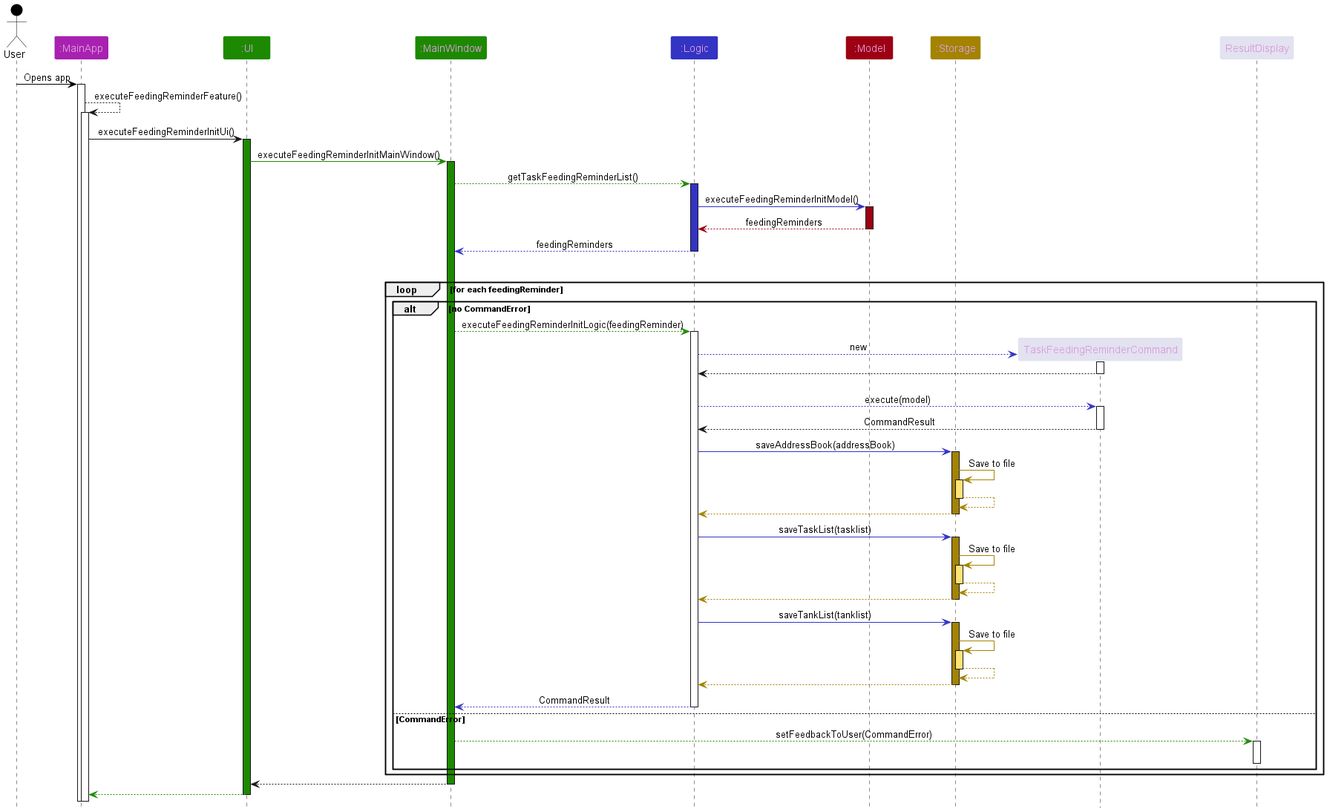
Above: docs/images/FeedingReminderSequenceDiagram.png in nus-cs2103-AY2223S2/tp (PlantUML), before the change. Its source is kept beside it as docs/diagrams/FeedingReminderSequenceDiagram.puml.
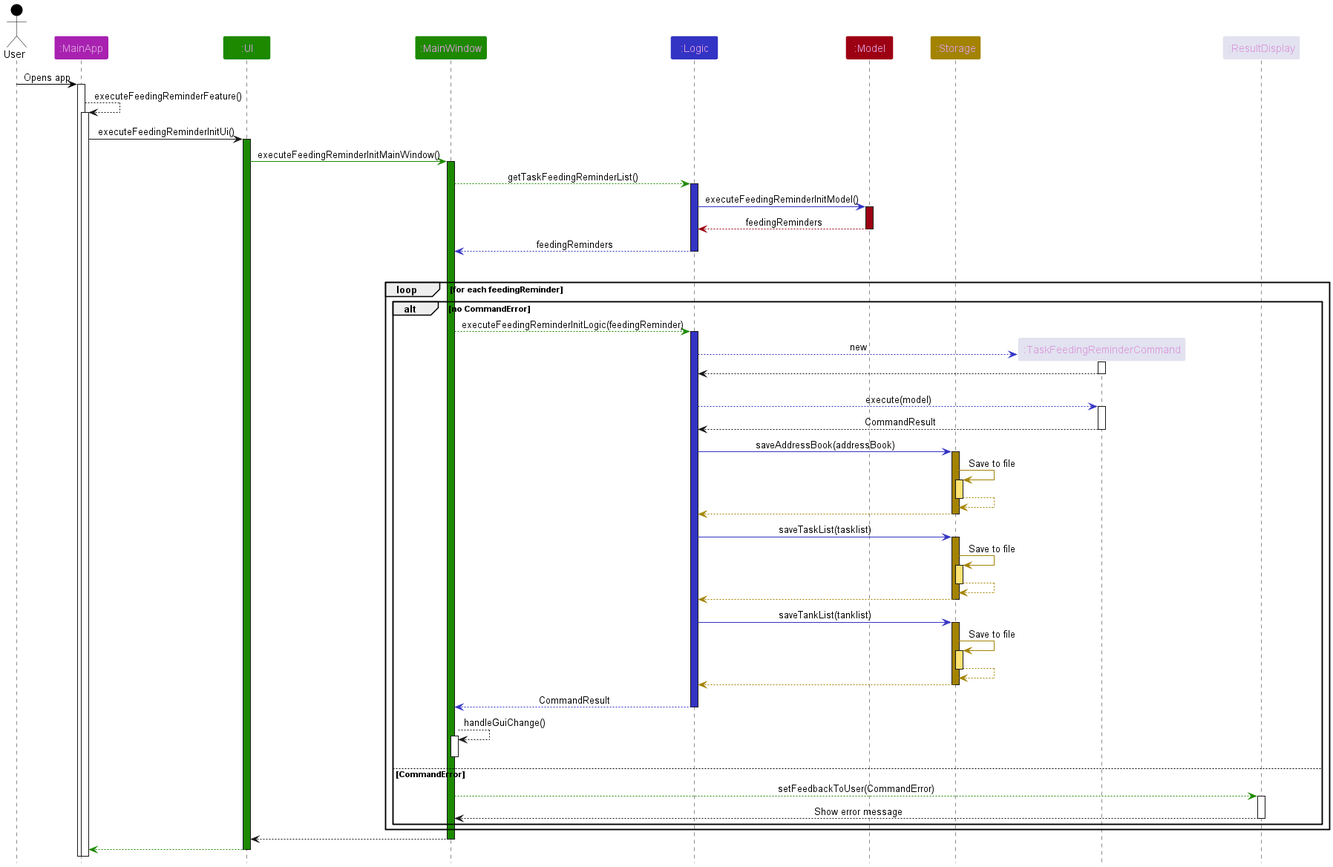
Later version of the same file.

Commit message:
Fix sequence diagram bug

What changed in the source:
```diff
@@ -41,16 +41,16 @@
     alt no CommandError
 
         mainwindow -[UI_COLOR]-> logic : executeFeedingReminderInitLogic(feedingReminder)
-        activate logic
-        logic -[LOGIC_COLOR]-> TaskFeedingReminderCommand  ** : new
-        activate TaskFeedingReminderCommand
-        TaskFeedingReminderCommand --> logic
-        deactivate TaskFeedingReminderCommand
-        logic -[hidden]-> TaskFeedingReminderCommand
-        logic -[LOGIC_COLOR]-> TaskFeedingReminderCommand : execute(model)
-        activate TaskFeedingReminderCommand
-        TaskFeedingReminderCommand --> logic : CommandResult
-        deactivate TaskFeedingReminderCommand
+        activate logic LOGIC_COLOR
+        logic -[LOGIC_COLOR]-> ":TaskFeedingReminderCommand"  ** : new
+        activate ":TaskFeedingReminderCommand"
+        ":TaskFeedingReminderCommand" --> logic
+        deactivate ":TaskFeedingReminderCommand"
+        logic -[hidden]-> ":TaskFeedingReminderCommand"
+        logic -[LOGIC_COLOR]-> ":TaskFeedingReminderCommand" : execute(model)
+        activate ":TaskFeedingReminderCommand"
+        ":TaskFeedingReminderCommand" --> logic : CommandResult
+        deactivate ":TaskFeedingReminderCommand"
 
         logic -[LOGIC_COLOR]> storage : saveAddressBook(addressBook)
         activate storage STORAGE_COLOR
@@ -79,11 +79,15 @@
 
         logic -[LOGIC_COLOR]-> mainwindow : CommandResult
         deactivate logic
+        mainwindow --> mainwindow : handleGuiChange()
+        activate mainwindow
+        deactivate mainwindow
 
     else CommandError
-        mainwindow -[UI_COLOR]-> ResultDisplay : setFeedbackToUser(CommandError)
-        activate ResultDisplay
-        deactivate ResultDisplay
+        mainwindow -[UI_COLOR]-> ":ResultDisplay" : setFeedbackToUser(CommandError)
+        activate ":ResultDisplay"
+        ":ResultDisplay" --> mainwindow : Show error message
+        deactivate ":ResultDisplay"
     end
 end
 mainwindow --> ui
```
